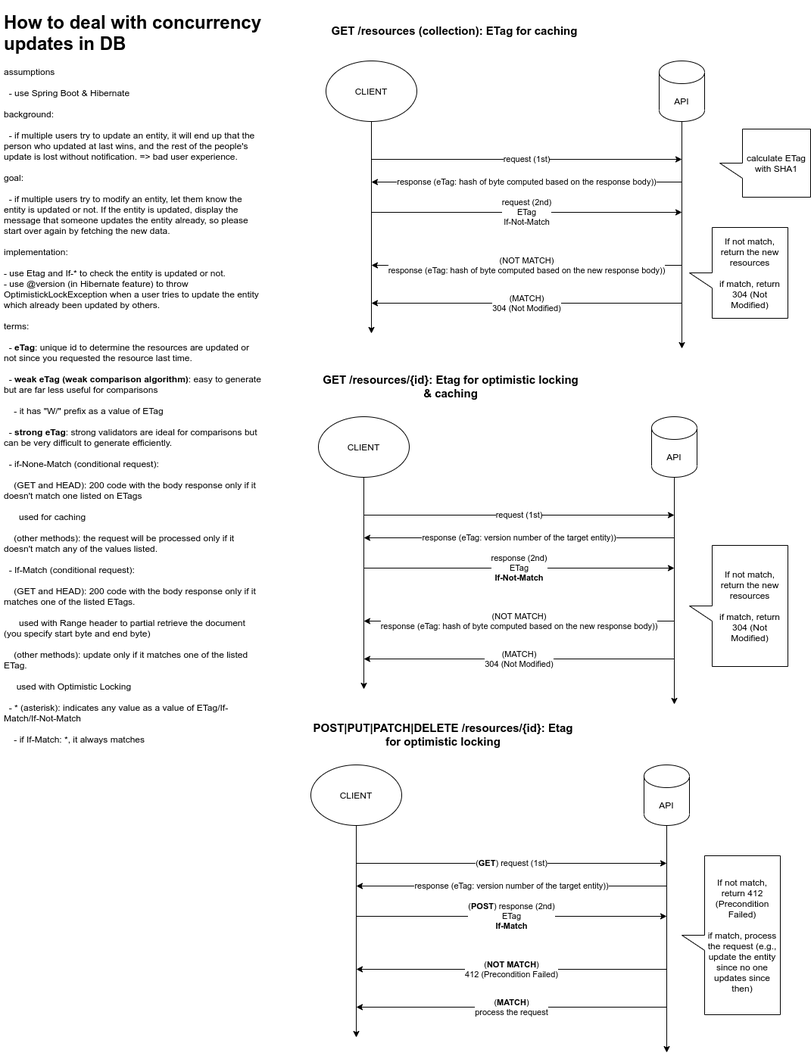
Above: optimistic-locking-with-rest-api.png in stsiwo/e-commerce-starter-kits (draw.io), before the change. Source tidied: cells renumbered, new cells last; positions are measured from the earlier drawing's top-left corner, leaving out a move shared by most shapes.
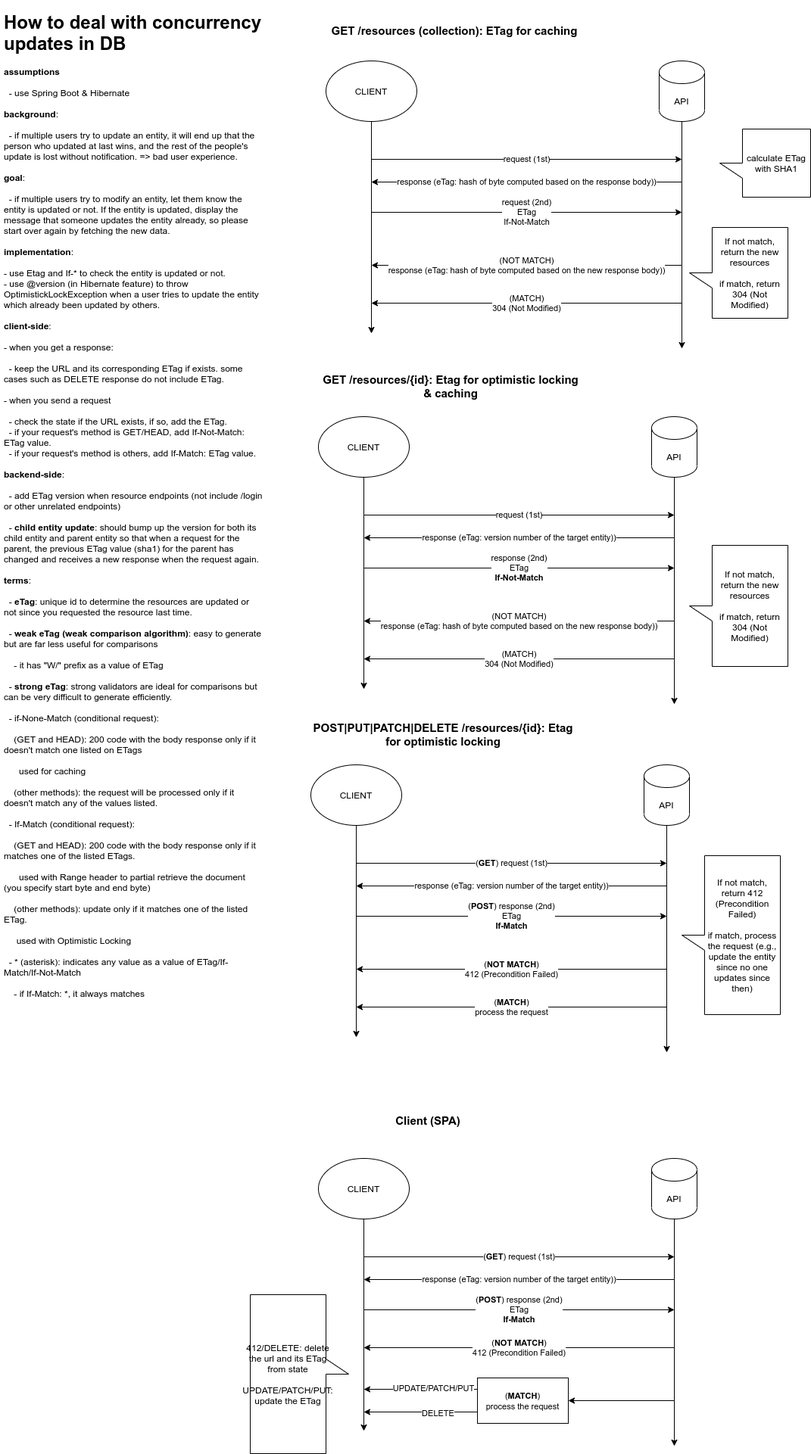
Above is the later version.

Diff of the diagram source:
```diff
@@ -2,8 +2,8 @@
   <root>
     <mxCell id="0" />
     <mxCell id="1" parent="0" />
-    <mxCell id="2" value="&lt;h1&gt;How to deal with concurrency updates in DB&lt;/h1&gt;&lt;div&gt;assumptions&lt;/div&gt;&lt;div&gt;&lt;br&gt;&lt;/div&gt;&lt;div&gt;&amp;nbsp; - use Spring Boot &amp;amp; Hibernate&amp;nbsp;&lt;/div&gt;&lt;div&gt;&lt;br&gt;&lt;/div&gt;&lt;div&gt;background:&lt;/div&gt;&lt;div&gt;&lt;br&gt;&lt;/div&gt;&lt;div&gt;&amp;nbsp; - if multiple users try to update an entity, it will end up that the person who updated at last wins, and the rest of the people's update is lost without notification. =&amp;gt; bad user experience.&lt;/div&gt;&lt;div&gt;&lt;br&gt;&lt;/div&gt;&lt;div&gt;goal:&lt;/div&gt;&lt;div&gt;&lt;br&gt;&lt;/div&gt;&lt;div&gt;&amp;nbsp; - if multiple users try to modify an entity, let them know the entity is updated or not. If the entity is updated, display the message that someone updates the entity already, so please start over again by fetching the new data.&lt;/div&gt;&lt;div&gt;&lt;br&gt;&lt;/div&gt;&lt;div&gt;implementation:&amp;nbsp;&lt;/div&gt;&lt;div&gt;&lt;br&gt;&lt;/div&gt;&lt;div&gt;- use Etag and If-* to check the entity is updated or not.&lt;/div&gt;&lt;div&gt;- use @version (in Hibernate feature) to throw OptimistickLockException when a user tries to update the entity which already been updated by others.&lt;/div&gt;&lt;div&gt;&lt;br&gt;&lt;/div&gt;&lt;div&gt;terms:&lt;/div&gt;&lt;div&gt;&lt;br&gt;&lt;/div&gt;&lt;div&gt;&amp;nbsp; - &lt;b&gt;eTag&lt;/b&gt;: unique id to determine the resources are updated or not since you requested the resource last time.&lt;/div&gt;&lt;div&gt;&lt;br&gt;&lt;/div&gt;&lt;div&gt;&amp;nbsp; - &lt;b&gt;weak eTag (weak comparison algorithm)&lt;/b&gt;: easy to generate but are far less useful for comparisons&lt;/div&gt;&lt;div&gt;&lt;br&gt;&lt;/div&gt;&lt;div&gt;&amp;nbsp; &amp;nbsp; - it has &quot;W/&quot; prefix as a value of ETag&lt;/div&gt;&lt;div&gt;&lt;br&gt;&lt;/div&gt;&lt;div&gt;&amp;nbsp; - &lt;b&gt;strong eTag&lt;/b&gt;: strong validators are ideal for comparisons but can be very difficult to generate efficiently.&amp;nbsp;&lt;/div&gt;&lt;div&gt;&lt;br&gt;&lt;/div&gt;&lt;div&gt;&amp;nbsp; - if-None-Match (conditional request):&amp;nbsp;&lt;/div&gt;&lt;div&gt;&lt;br&gt;&lt;/div&gt;&lt;div&gt;&amp;nbsp; &amp;nbsp; (GET and HEAD): 200 code with the body response only if it doesn't match one listed on ETags&lt;/div&gt;&lt;div&gt;&lt;br&gt;&lt;/div&gt;&lt;div&gt;&amp;nbsp; &amp;nbsp; &amp;nbsp; used for caching&lt;/div&gt;&lt;div&gt;&lt;br&gt;&lt;/div&gt;&lt;div&gt;&amp;nbsp; &amp;nbsp; (other methods): the request will be processed only if it doesn't match any of the values listed.&lt;/div&gt;&lt;div&gt;&lt;br&gt;&lt;/div&gt;&lt;div&gt;&amp;nbsp; - If-Match (conditional request):&lt;/div&gt;&lt;div&gt;&lt;br&gt;&lt;/div&gt;&lt;div&gt;&amp;nbsp; &amp;nbsp; (GET and HEAD): 200 code with the body response only if it matches one of the listed ETags.&lt;/div&gt;&lt;div&gt;&amp;nbsp;&lt;/div&gt;&lt;div&gt;&amp;nbsp; &amp;nbsp; &amp;nbsp; used with Range header to partial retrieve the document (you specify start byte and end byte)&lt;/div&gt;&lt;div&gt;&lt;br&gt;&lt;/div&gt;&lt;div&gt;&amp;nbsp; &amp;nbsp; (other methods): update only if it matches one of the listed ETag.&lt;/div&gt;&lt;div&gt;&lt;br&gt;&lt;/div&gt;&lt;div&gt;&amp;nbsp; &amp;nbsp; &amp;nbsp;used with Optimistic Locking&lt;/div&gt;&lt;div&gt;&lt;br&gt;&lt;/div&gt;&lt;div&gt;&amp;nbsp; - * (asterisk): indicates any value as a value of ETag/If-Match/If-Not-Match&lt;/div&gt;&lt;div&gt;&lt;br&gt;&lt;/div&gt;&lt;div&gt;&amp;nbsp; &amp;nbsp; - if If-Match: *, it always matches&lt;/div&gt;" style="text;html=1;strokeColor=none;fillColor=none;spacing=5;spacingTop=-20;whiteSpace=wrap;overflow=hidden;rounded=0;" parent="1" vertex="1">
-      <mxGeometry width="350" height="1010" as="geometry" />
+    <mxCell id="2" value="&lt;h1&gt;How to deal with concurrency updates in DB&lt;/h1&gt;&lt;div&gt;&lt;b&gt;assumptions&lt;/b&gt;&lt;/div&gt;&lt;div&gt;&lt;br&gt;&lt;/div&gt;&lt;div&gt;&amp;nbsp; - use Spring Boot &amp;amp; Hibernate&amp;nbsp;&lt;/div&gt;&lt;div&gt;&lt;br&gt;&lt;/div&gt;&lt;div&gt;&lt;b&gt;background&lt;/b&gt;:&lt;/div&gt;&lt;div&gt;&lt;br&gt;&lt;/div&gt;&lt;div&gt;&amp;nbsp; - if multiple users try to update an entity, it will end up that the person who updated at last wins, and the rest of the people's update is lost without notification. =&amp;gt; bad user experience.&lt;/div&gt;&lt;div&gt;&lt;br&gt;&lt;/div&gt;&lt;div&gt;&lt;b&gt;goal&lt;/b&gt;:&lt;/div&gt;&lt;div&gt;&lt;br&gt;&lt;/div&gt;&lt;div&gt;&amp;nbsp; - if multiple users try to modify an entity, let them know the entity is updated or not. If the entity is updated, display the message that someone updates the entity already, so please start over again by fetching the new data.&lt;/div&gt;&lt;div&gt;&lt;br&gt;&lt;/div&gt;&lt;div&gt;&lt;b&gt;implementation&lt;/b&gt;:&amp;nbsp;&lt;/div&gt;&lt;div&gt;&lt;br&gt;&lt;/div&gt;&lt;div&gt;- use Etag and If-* to check the entity is updated or not.&lt;/div&gt;&lt;div&gt;- use @version (in Hibernate feature) to throw OptimistickLockException when a user tries to update the entity which already been updated by others.&lt;/div&gt;&lt;div&gt;&lt;br&gt;&lt;/div&gt;&lt;div&gt;&lt;b&gt;client-side&lt;/b&gt;:&amp;nbsp;&lt;/div&gt;&lt;div&gt;&lt;br&gt;&lt;/div&gt;&lt;div&gt;- when you get a response:&lt;/div&gt;&lt;div&gt;&lt;br&gt;&lt;/div&gt;&lt;div&gt;&amp;nbsp; - keep the URL and its corresponding ETag if exists. some cases such as DELETE response do not include ETag.&lt;/div&gt;&lt;div&gt;&lt;br&gt;&lt;/div&gt;&lt;div&gt;- when you send a request&amp;nbsp;&lt;/div&gt;&lt;div&gt;&lt;br&gt;&lt;/div&gt;&lt;div&gt;&amp;nbsp; - check the state if the URL exists, if so, add the ETag.&lt;/div&gt;&lt;div&gt;&amp;nbsp; - if your request's method is GET/HEAD, add If-Not-Match: ETag value.&lt;/div&gt;&lt;div&gt;&amp;nbsp; - if your request's method is others, add If-Match: ETag value.&lt;/div&gt;&lt;div&gt;&lt;br&gt;&lt;/div&gt;&lt;div&gt;&lt;b&gt;backend-side&lt;/b&gt;:&amp;nbsp;&lt;/div&gt;&lt;div&gt;&lt;br&gt;&lt;/div&gt;&lt;div&gt;&amp;nbsp; - add ETag version when resource endpoints (not include /login or other unrelated endpoints)&lt;/div&gt;&lt;div&gt;&lt;br&gt;&lt;/div&gt;&lt;div&gt;&amp;nbsp; - &lt;b&gt;child entity update&lt;/b&gt;: should bump up the version for both its child entity and parent entity so that when a request for the parent, the previous ETag value (sha1) for the parent has changed and receives a new response when the request again.&lt;/div&gt;&lt;div&gt;&lt;br&gt;&lt;/div&gt;&lt;div&gt;&lt;b&gt;terms&lt;/b&gt;:&lt;/div&gt;&lt;div&gt;&lt;br&gt;&lt;/div&gt;&lt;div&gt;&amp;nbsp; - &lt;b&gt;eTag&lt;/b&gt;: unique id to determine the resources are updated or not since you requested the resource last time.&lt;/div&gt;&lt;div&gt;&lt;br&gt;&lt;/div&gt;&lt;div&gt;&amp;nbsp; - &lt;b&gt;weak eTag (weak comparison algorithm)&lt;/b&gt;: easy to generate but are far less useful for comparisons&lt;/div&gt;&lt;div&gt;&lt;br&gt;&lt;/div&gt;&lt;div&gt;&amp;nbsp; &amp;nbsp; - it has &quot;W/&quot; prefix as a value of ETag&lt;/div&gt;&lt;div&gt;&lt;br&gt;&lt;/div&gt;&lt;div&gt;&amp;nbsp; - &lt;b&gt;strong eTag&lt;/b&gt;: strong validators are ideal for comparisons but can be very difficult to generate efficiently.&amp;nbsp;&lt;/div&gt;&lt;div&gt;&lt;br&gt;&lt;/div&gt;&lt;div&gt;&amp;nbsp; - if-None-Match (conditional request):&amp;nbsp;&lt;/div&gt;&lt;div&gt;&lt;br&gt;&lt;/div&gt;&lt;div&gt;&amp;nbsp; &amp;nbsp; (GET and HEAD): 200 code with the body response only if it doesn't match one listed on ETags&lt;/div&gt;&lt;div&gt;&lt;br&gt;&lt;/div&gt;&lt;div&gt;&amp;nbsp; &amp;nbsp; &amp;nbsp; used for caching&lt;/div&gt;&lt;div&gt;&lt;br&gt;&lt;/div&gt;&lt;div&gt;&amp;nbsp; &amp;nbsp; (other methods): the request will be processed only if it doesn't match any of the values listed.&lt;/div&gt;&lt;div&gt;&lt;br&gt;&lt;/div&gt;&lt;div&gt;&amp;nbsp; - If-Match (conditional request):&lt;/div&gt;&lt;div&gt;&lt;br&gt;&lt;/div&gt;&lt;div&gt;&amp;nbsp; &amp;nbsp; (GET and HEAD): 200 code with the body response only if it matches one of the listed ETags.&lt;/div&gt;&lt;div&gt;&amp;nbsp;&lt;/div&gt;&lt;div&gt;&amp;nbsp; &amp;nbsp; &amp;nbsp; used with Range header to partial retrieve the document (you specify start byte and end byte)&lt;/div&gt;&lt;div&gt;&lt;br&gt;&lt;/div&gt;&lt;div&gt;&amp;nbsp; &amp;nbsp; (other methods): update only if it matches one of the listed ETag.&lt;/div&gt;&lt;div&gt;&lt;br&gt;&lt;/div&gt;&lt;div&gt;&amp;nbsp; &amp;nbsp; &amp;nbsp;used with Optimistic Locking&lt;/div&gt;&lt;div&gt;&lt;br&gt;&lt;/div&gt;&lt;div&gt;&amp;nbsp; - * (asterisk): indicates any value as a value of ETag/If-Match/If-Not-Match&lt;/div&gt;&lt;div&gt;&lt;br&gt;&lt;/div&gt;&lt;div&gt;&amp;nbsp; &amp;nbsp; - if If-Match: *, it always matches&lt;/div&gt;" style="text;html=1;strokeColor=none;fillColor=none;spacing=5;spacingTop=-20;whiteSpace=wrap;overflow=hidden;rounded=0;" parent="1" vertex="1">
+      <mxGeometry width="350" height="1350" as="geometry" />
     </mxCell>
     <mxCell id="3" style="edgeStyle=none;rounded=0;jettySize=auto;html=1;" parent="1" edge="1" source="4">
       <mxGeometry relative="1" as="geometry">
@@ -164,5 +164,75 @@
     <mxCell id="36" value="&lt;a href=&quot;http://www.sha1-online.com/sha1-java/&quot;&gt;calculate ETag with SHA1&lt;/a&gt;" style="shape=callout;whiteSpace=wrap;html=1;perimeter=calloutPerimeter;strokeWidth=1;direction=south;" parent="1" vertex="1">
       <mxGeometry x="950" y="160" width="120" height="90" as="geometry" />
     </mxCell>
+    <mxCell id="37" value="&lt;span style=&quot;font-size: 15px&quot;&gt;&lt;b&gt;Client (SPA)&lt;/b&gt;&lt;/span&gt;" style="text;html=1;strokeColor=none;fillColor=none;align=center;verticalAlign=middle;whiteSpace=wrap;rounded=0;strokeWidth=1;" parent="1" vertex="1">
+      <mxGeometry x="390" y="1460" width="350" height="20" as="geometry" />
+    </mxCell>
+    <mxCell id="38" style="edgeStyle=none;rounded=0;jettySize=auto;html=1;" parent="1" edge="1" source="39">
+      <mxGeometry relative="1" as="geometry">
+        <mxPoint x="480" y="1880" as="targetPoint" />
+      </mxGeometry>
+    </mxCell>
+    <mxCell id="39" value="CLIENT" style="ellipse;whiteSpace=wrap;html=1;" parent="1" vertex="1">
+      <mxGeometry x="420" y="1520" width="120" height="80" as="geometry" />
+    </mxCell>
+    <mxCell id="40" style="edgeStyle=none;rounded=0;jettySize=auto;html=1;" parent="1" edge="1" source="41">
+      <mxGeometry relative="1" as="geometry">
+        <mxPoint x="890" y="1900" as="targetPoint" />
+      </mxGeometry>
+    </mxCell>
+    <mxCell id="41" value="API" style="shape=cylinder3;whiteSpace=wrap;html=1;boundedLbl=1;backgroundOutline=1;size=15;" parent="1" vertex="1">
+      <mxGeometry x="860" y="1520" width="60" height="80" as="geometry" />
+    </mxCell>
+    <mxCell id="42" value="(&lt;b&gt;GET&lt;/b&gt;) request (1st)" style="endArrow=classic;html=1;" parent="1" edge="1">
+      <mxGeometry relative="1" as="geometry">
+        <mxPoint x="480" y="1650" as="sourcePoint" />
+        <mxPoint x="890" y="1650" as="targetPoint" />
+      </mxGeometry>
+    </mxCell>
+    <mxCell id="43" value="response (eTag: version number of the target entity))" style="endArrow=classic;html=1;" parent="1" edge="1">
+      <mxGeometry relative="1" as="geometry">
+        <mxPoint x="890" y="1680" as="sourcePoint" />
+        <mxPoint x="480" y="1680" as="targetPoint" />
+      </mxGeometry>
+    </mxCell>
+    <mxCell id="44" value="(&lt;b&gt;POST&lt;/b&gt;) response (2nd)&lt;br&gt;ETag&lt;br&gt;&lt;b&gt;If-Match&lt;/b&gt;" style="endArrow=classic;html=1;" parent="1" edge="1">
+      <mxGeometry relative="1" as="geometry">
+        <mxPoint x="480" y="1720" as="sourcePoint" />
+        <mxPoint x="890" y="1720" as="targetPoint" />
+      </mxGeometry>
+    </mxCell>
+    <mxCell id="45" value="(&lt;b&gt;NOT MATCH&lt;/b&gt;)&lt;br&gt;412 (Precondition Failed)" style="endArrow=classic;html=1;" parent="1" edge="1">
+      <mxGeometry relative="1" as="geometry">
+        <mxPoint x="890" y="1770" as="sourcePoint" />
+        <mxPoint x="480" y="1770" as="targetPoint" />
+      </mxGeometry>
+    </mxCell>
+    <mxCell id="46" style="endArrow=classic;html=1;" parent="1" edge="1" target="51">
+      <mxGeometry relative="1" as="geometry">
+        <mxPoint x="890" y="1840" as="sourcePoint" />
+      </mxGeometry>
+    </mxCell>
+    <mxCell id="47" style="edgeStyle=none;rounded=0;jettySize=auto;html=1;exitX=0;exitY=0.25;exitDx=0;exitDy=0;" parent="1" edge="1" source="51">
+      <mxGeometry relative="1" as="geometry">
+        <mxPoint x="480" y="1825" as="targetPoint" />
+      </mxGeometry>
+    </mxCell>
+    <mxCell id="48" value="UPDATE/PATCH/PUT" style="edgeLabel;html=1;align=center;verticalAlign=middle;" parent="47" vertex="1">
+      <mxGeometry x="-0.21" y="-2" relative="1" as="geometry" />
+    </mxCell>
+    <mxCell id="49" style="edgeStyle=none;rounded=0;jettySize=auto;html=1;exitX=0;exitY=0.75;exitDx=0;exitDy=0;" parent="1" edge="1" source="51">
+      <mxGeometry relative="1" as="geometry">
+        <mxPoint x="480" y="1855" as="targetPoint" />
+      </mxGeometry>
+    </mxCell>
+    <mxCell id="50" value="DELETE" style="edgeLabel;html=1;align=center;verticalAlign=middle;" parent="49" vertex="1">
+      <mxGeometry x="-0.3" y="1" relative="1" as="geometry" />
+    </mxCell>
+    <mxCell id="51" value="&lt;span style=&quot;font-size: 11px ; background-color: rgb(255 , 255 , 255)&quot;&gt;(&lt;/span&gt;&lt;b style=&quot;font-size: 11px&quot;&gt;MATCH&lt;/b&gt;&lt;span style=&quot;font-size: 11px ; background-color: rgb(255 , 255 , 255)&quot;&gt;)&lt;/span&gt;&lt;br style=&quot;font-size: 11px&quot;&gt;&lt;span style=&quot;font-size: 11px ; background-color: rgb(255 , 255 , 255)&quot;&gt;process the request&lt;/span&gt;" style="rounded=0;whiteSpace=wrap;html=1;strokeWidth=1;" parent="1" vertex="1">
+      <mxGeometry x="630" y="1810" width="120" height="60" as="geometry" />
+    </mxCell>
+    <mxCell id="52" value="412/DELETE: delete the url and its ETag from state&lt;br&gt;&lt;br&gt;UPDATE/PATCH/PUT:&lt;br&gt;update the ETag" style="shape=callout;whiteSpace=wrap;html=1;perimeter=calloutPerimeter;strokeWidth=1;direction=north;" parent="1" vertex="1">
+      <mxGeometry x="330" y="1700" width="130" height="210" as="geometry" />
+    </mxCell>
   </root>
 </mxGraphModel>
```
